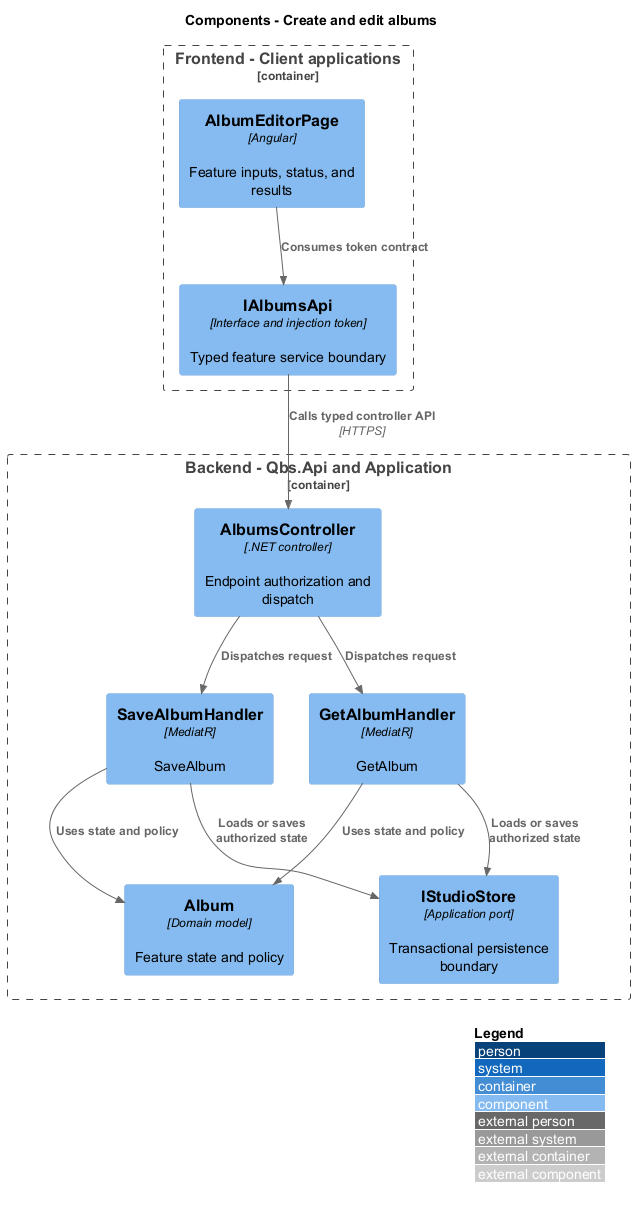
This is docs/detailed-designs/prints-and-albums/create-and-edit-albums/diagrams/c4-component.png from QuinntyneBrown/quinntyne-brown-studio, a PlantUML export, as it was before one commit. Source of this version:
```plantuml
@startuml
!include <C4/C4_Component>
LAYOUT_WITH_LEGEND()
title Components - Create and edit albums
Container_Boundary(frontend, "Frontend - Client applications") {
 Component(page, "AlbumEditorPage", "Angular", "Feature inputs, status, and results")
 Component(client, "IAlbumsApi", "Interface and injection token", "Typed feature service boundary")
}
Container_Boundary(api, "Backend - Qbs.Api and Application") {
 Component(ctrl, "AlbumsController", ".NET controller", "Endpoint authorization and dispatch")
 Component(handler0, "SaveAlbumHandler", "MediatR", "SaveAlbum")
 Component(handler1, "GetAlbumHandler", "MediatR", "GetAlbum")
 Component(entity, "Album", "Domain model", "Feature state and policy")
 Component(store, "IStudioStore", "Application port", "Transactional persistence boundary")
}
Rel(page, client, "Consumes token contract")
Rel(client, ctrl, "Calls typed controller API", "HTTPS")
Rel(ctrl, handler0, "Dispatches request")
Rel(handler0, entity, "Uses state and policy")
Rel(handler0, store, "Loads or saves authorized state")
Rel(ctrl, handler1, "Dispatches request")
Rel(handler1, entity, "Uses state and policy")
Rel(handler1, store, "Loads or saves authorized state")
@enduml
```
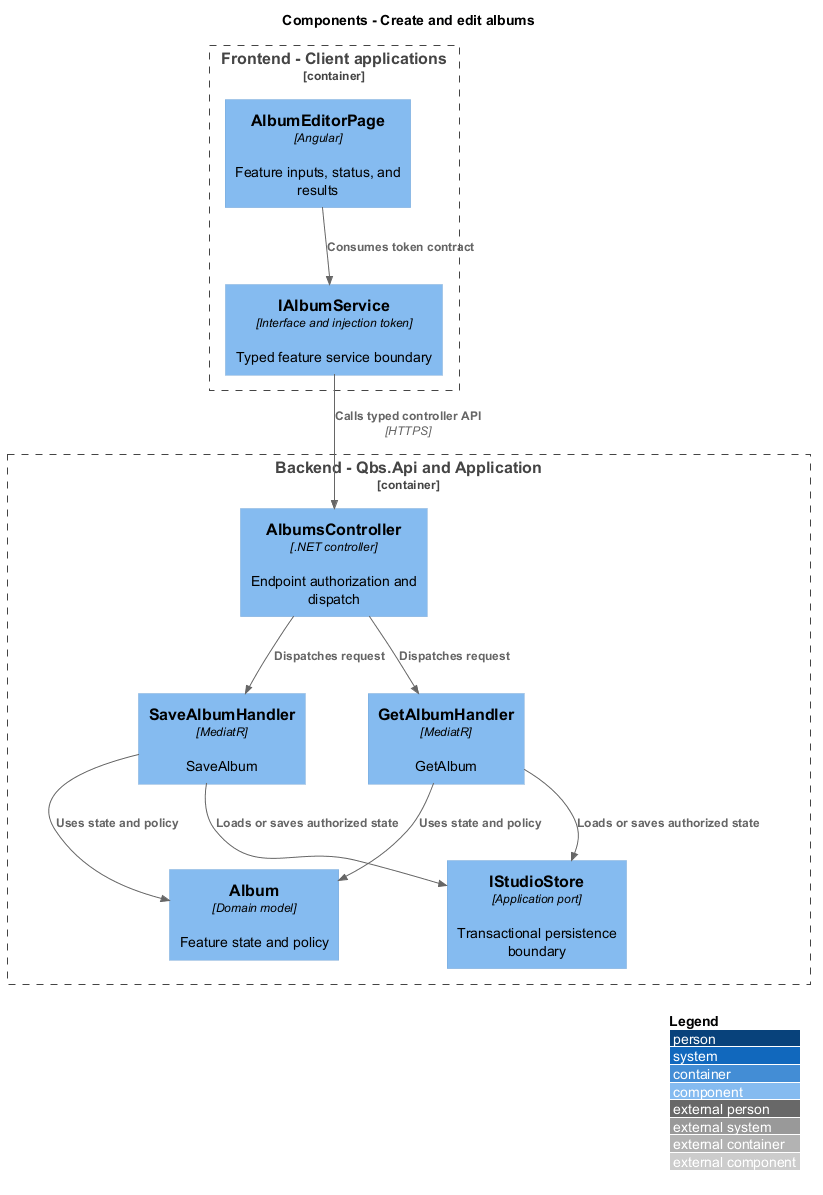
The same diagram one commit later.

Change to the diagram source:
```diff
@@ -4,7 +4,7 @@
 title Components - Create and edit albums
 Container_Boundary(frontend, "Frontend - Client applications") {
  Component(page, "AlbumEditorPage", "Angular", "Feature inputs, status, and results")
- Component(client, "IAlbumsApi", "Interface and injection token", "Typed feature service boundary")
+ Component(client, "IAlbumService", "Interface and injection token", "Typed feature service boundary")
 }
 Container_Boundary(api, "Backend - Qbs.Api and Application") {
  Component(ctrl, "AlbumsController", ".NET controller", "Endpoint authorization and dispatch")
```
